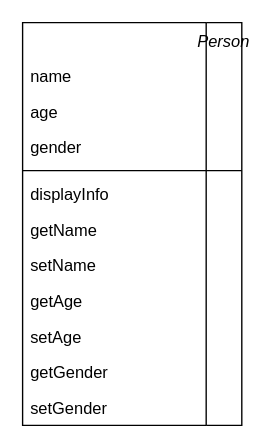
The draw.io diagram day1/period1/person.drawio in leeeshub/jiu24summer, before the edit. Source tidied: cells renumbered, new cells numbered last; positions are measured from the earlier drawing's top-left corner, leaving out a move shared by most shapes. Both pictures are drawn from the tidied source at 137%, with x=0, y=0 at pixel (22, 22).
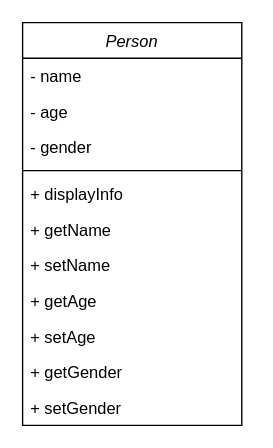
The same page after the edit.

Change to the diagram source:
```diff
@@
 <mxGraphModel>
   <root>
     <mxCell id="0" />
     <mxCell id="1" parent="0" />
-    <mxCell id="2" value="Person" style="swimlane;fontStyle=2;align=center;verticalAlign=top;horizontal=1;startSize=26;rounded=0;shadow=0;strokeWidth=1;direction=south;" parent="1" vertex="1">
+    <mxCell id="2" value="Person" style="swimlane;fontStyle=2;align=center;verticalAlign=top;horizontal=1;startSize=26;rounded=0;shadow=0;strokeWidth=1;" parent="1" vertex="1">
       <mxGeometry width="160" height="294" as="geometry" />
     </mxCell>
-    <mxCell id="3" value="name" style="text;align=left;verticalAlign=top;spacingLeft=4;spacingRight=4;overflow=hidden;" parent="2" vertex="1">
+    <mxCell id="3" value="- name" style="text;align=left;verticalAlign=top;spacingLeft=4;spacingRight=4;overflow=hidden;" parent="2" vertex="1">
       <mxGeometry y="26" width="160" height="26" as="geometry" />
     </mxCell>
-    <mxCell id="4" value="age" style="text;align=left;verticalAlign=top;spacingLeft=4;spacingRight=4;overflow=hidden;rounded=0;shadow=0;html=0;" parent="2" vertex="1">
+    <mxCell id="4" value="- age" style="text;align=left;verticalAlign=top;spacingLeft=4;spacingRight=4;overflow=hidden;rounded=0;shadow=0;html=0;" parent="2" vertex="1">
       <mxGeometry y="52" width="160" height="26" as="geometry" />
     </mxCell>
-    <mxCell id="5" value="gender" style="text;align=left;verticalAlign=top;spacingLeft=4;spacingRight=4;overflow=hidden;rounded=0;shadow=0;html=0;" parent="2" vertex="1">
+    <mxCell id="5" value="- gender" style="text;align=left;verticalAlign=top;spacingLeft=4;spacingRight=4;overflow=hidden;rounded=0;shadow=0;html=0;" parent="2" vertex="1">
       <mxGeometry y="78" width="160" height="26" as="geometry" />
     </mxCell>
     <mxCell id="6" style="line;html=1;strokeWidth=1;align=left;verticalAlign=middle;spacingTop=-1;spacingLeft=3;spacingRight=3;labelPosition=right;" parent="2" vertex="1">
       <mxGeometry y="104" width="160" height="8" as="geometry" />
     </mxCell>
-    <mxCell id="7" value="displayInfo" style="text;align=left;verticalAlign=top;spacingLeft=4;spacingRight=4;overflow=hidden;" parent="2" vertex="1">
+    <mxCell id="7" value="+ displayInfo" style="text;align=left;verticalAlign=top;spacingLeft=4;spacingRight=4;overflow=hidden;" parent="2" vertex="1">
       <mxGeometry y="112" width="160" height="26" as="geometry" />
     </mxCell>
-    <mxCell id="8" value="getName" style="text;align=left;verticalAlign=top;spacingLeft=4;spacingRight=4;overflow=hidden;" parent="2" vertex="1">
+    <mxCell id="8" value="+ getName" style="text;align=left;verticalAlign=top;spacingLeft=4;spacingRight=4;overflow=hidden;" parent="2" vertex="1">
       <mxGeometry y="138" width="160" height="26" as="geometry" />
     </mxCell>
-    <mxCell id="9" value="setName" style="text;align=left;verticalAlign=top;spacingLeft=4;spacingRight=4;overflow=hidden;" parent="2" vertex="1">
+    <mxCell id="9" value="+ setName" style="text;align=left;verticalAlign=top;spacingLeft=4;spacingRight=4;overflow=hidden;" parent="2" vertex="1">
       <mxGeometry y="164" width="160" height="26" as="geometry" />
     </mxCell>
-    <mxCell id="10" value="getAge" style="text;align=left;verticalAlign=top;spacingLeft=4;spacingRight=4;overflow=hidden;" parent="2" vertex="1">
+    <mxCell id="10" value="+ getAge" style="text;align=left;verticalAlign=top;spacingLeft=4;spacingRight=4;overflow=hidden;" parent="2" vertex="1">
       <mxGeometry y="190" width="160" height="26" as="geometry" />
     </mxCell>
-    <mxCell id="11" value="setAge" style="text;align=left;verticalAlign=top;spacingLeft=4;spacingRight=4;overflow=hidden;" parent="2" vertex="1">
+    <mxCell id="11" value="+ setAge" style="text;align=left;verticalAlign=top;spacingLeft=4;spacingRight=4;overflow=hidden;" parent="2" vertex="1">
       <mxGeometry y="216" width="160" height="26" as="geometry" />
     </mxCell>
-    <mxCell id="12" value="getGender" style="text;align=left;verticalAlign=top;spacingLeft=4;spacingRight=4;overflow=hidden;" parent="2" vertex="1">
+    <mxCell id="12" value="+ getGender" style="text;align=left;verticalAlign=top;spacingLeft=4;spacingRight=4;overflow=hidden;" parent="2" vertex="1">
       <mxGeometry y="242" width="160" height="26" as="geometry" />
     </mxCell>
-    <mxCell id="13" value="setGender" style="text;align=left;verticalAlign=top;spacingLeft=4;spacingRight=4;overflow=hidden;" parent="2" vertex="1">
+    <mxCell id="13" value="+ setGender" style="text;align=left;verticalAlign=top;spacingLeft=4;spacingRight=4;overflow=hidden;" parent="2" vertex="1">
       <mxGeometry y="268" width="160" height="26" as="geometry" />
     </mxCell>
   </root>
 </mxGraphModel>
```
